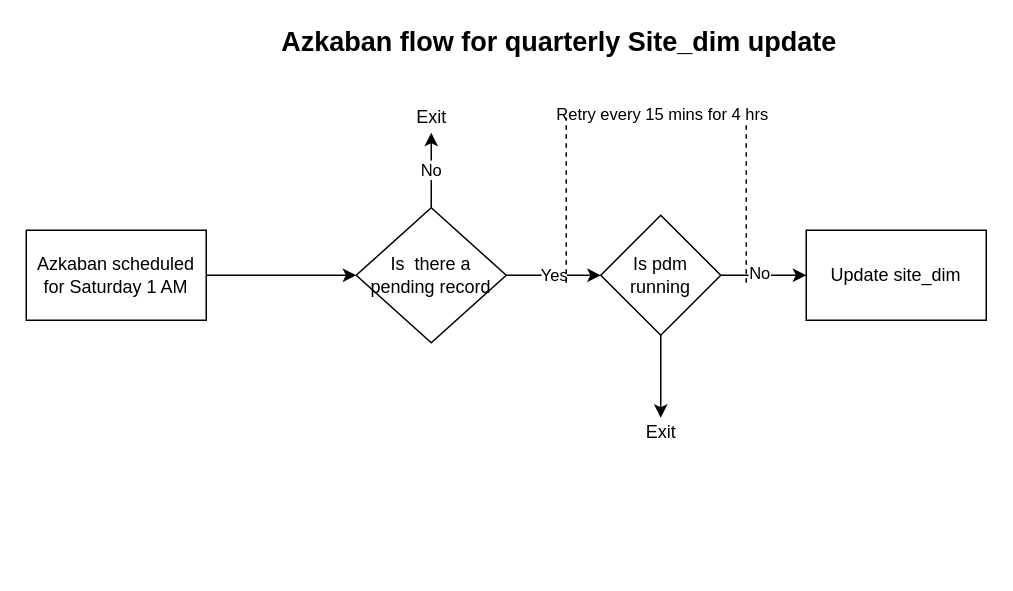
Before: quarterly_update_1.drawio in UdayChokkam/diagrams, a draw.io diagram. Source tidied: cells renumbered, new cells numbered last; positions are measured from the earlier drawing's top-left corner, leaving out a move shared by most shapes. Both pictures are drawn from the tidied source at 150%, with x=0, y=0 at pixel (26, 27).
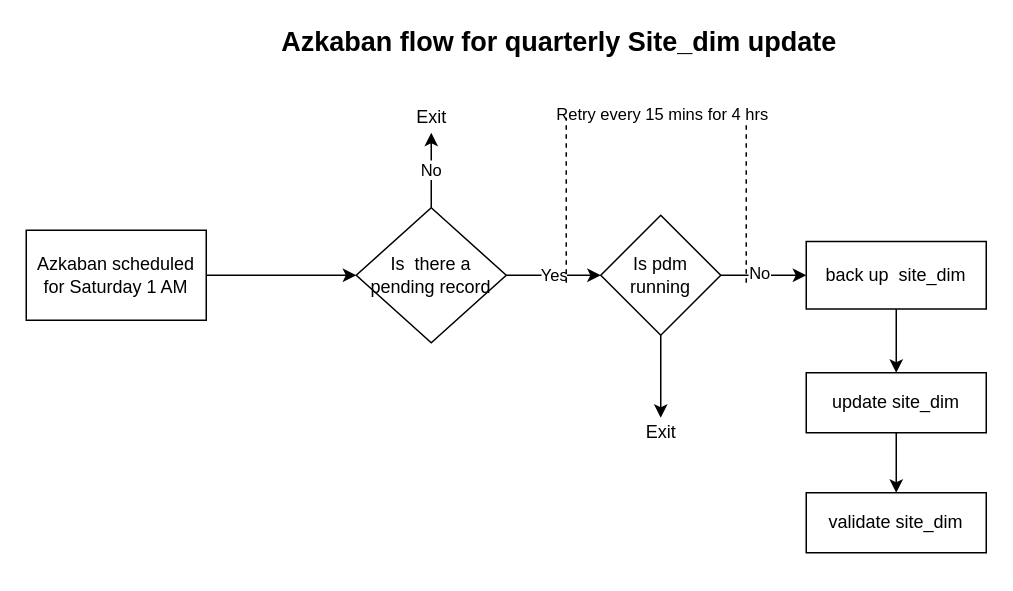
Above is the later version.

What changed in the source:
```diff
@@
+    <mxCell id="19" style="edgeStyle=orthogonalEdgeStyle;rounded=0;jettySize=auto;html=1;" parent="1" edge="1" source="12" target="21">
+      <mxGeometry relative="1" as="geometry" />
+    </mxCell>
-    <mxCell id="12" value="Update site_dim" style="rounded=0;whiteSpace=wrap;html=1;" parent="1" vertex="1">
-      <mxGeometry x="520" y="135" width="120" height="60" as="geometry" />
+    <mxCell id="12" value="back up &amp;nbsp;site_dim" style="rounded=0;whiteSpace=wrap;html=1;" parent="1" vertex="1">
+      <mxGeometry x="520" y="142.5" width="120" height="45" as="geometry" />
     </mxCell>
@@
+    <mxCell id="20" style="edgeStyle=orthogonalEdgeStyle;rounded=0;jettySize=auto;html=1;" parent="1" edge="1" source="21" target="22">
+      <mxGeometry relative="1" as="geometry" />
+    </mxCell>
+    <mxCell id="21" value="update site_dim" style="rounded=0;whiteSpace=wrap;html=1;" parent="1" vertex="1">
+      <mxGeometry x="520" y="230" width="120" height="40" as="geometry" />
+    </mxCell>
+    <mxCell id="22" value="validate site_dim" style="rounded=0;whiteSpace=wrap;html=1;" parent="1" vertex="1">
+      <mxGeometry x="520" y="310" width="120" height="40" as="geometry" />
+    </mxCell>
+    <mxCell id="23" style="edgeStyle=orthogonalEdgeStyle;rounded=0;orthogonalLoop=1;jettySize=auto;html=1;exitX=0.5;exitY=1;exitDx=0;exitDy=0;" parent="1" edge="1" source="22" target="22">
+      <mxGeometry relative="1" as="geometry" />
+    </mxCell>
```
